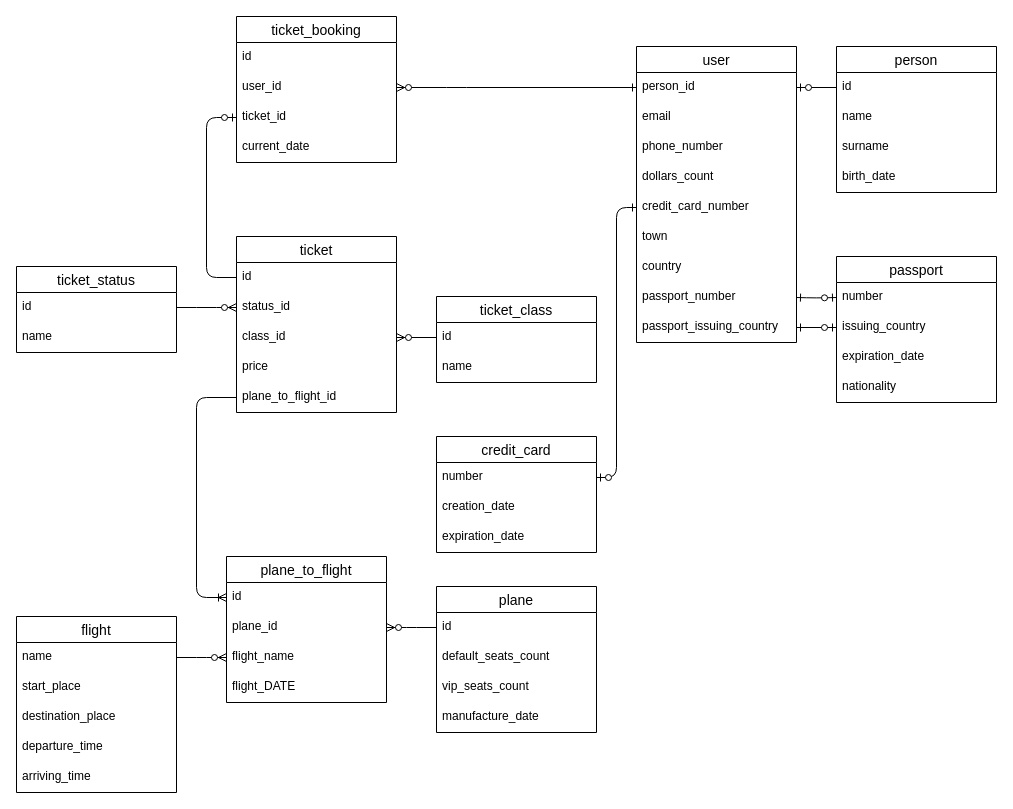
This is Pictures/ER-diagram.drawio from I-delver-I/air-tickets-search-and-booking-DB, a draw.io file, before an edit. Source tidied: cells renumbered, new cells numbered last; positions are measured from the earlier drawing's top-left corner, leaving out a move shared by most shapes. Both pictures are drawn from the tidied source at 100%, with x=0, y=0 at pixel (16, 16).
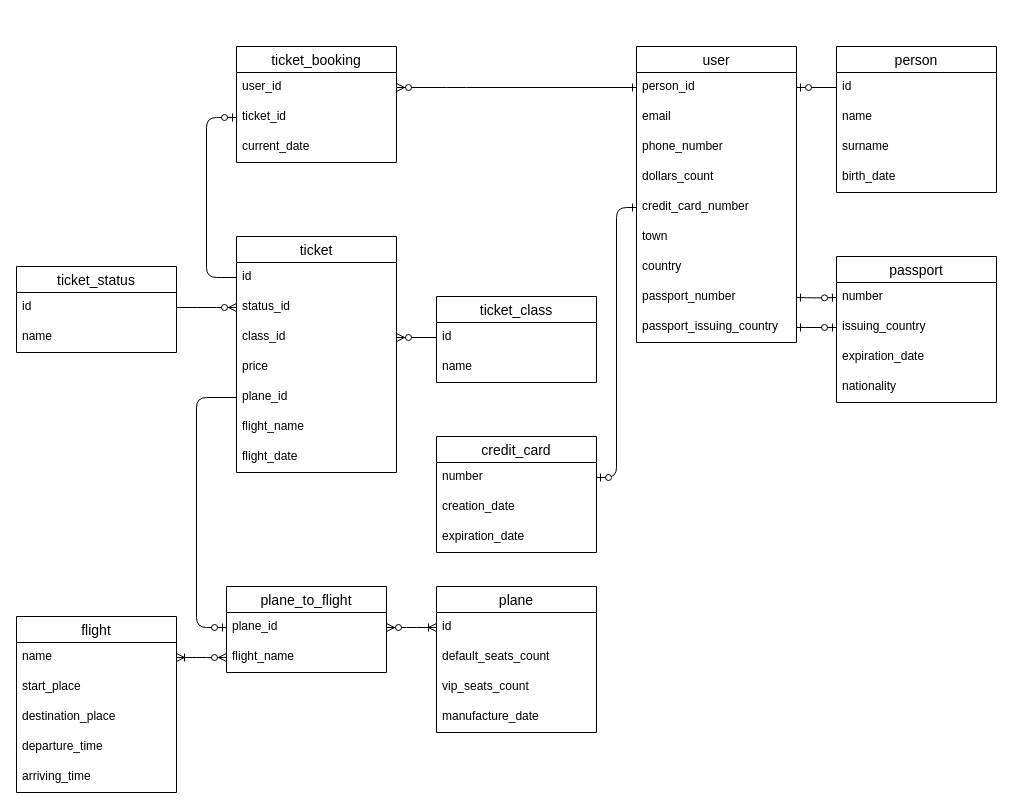
The same diagram, later.

The change refers to these unchanged cells:
```xml
<mxCell id="15" value="name" style="text;strokeColor=none;fillColor=none;spacingLeft=4;spacingRight=4;overflow=hidden;points=[[0,0.5],[1,0.5]];portConstraint=eastwest;fontSize=12;" parent="14" vertex="1">
  <mxGeometry y="26" width="160" height="30" as="geometry" />
</mxCell>
<mxCell id="21" value="id" style="text;strokeColor=none;fillColor=none;spacingLeft=4;spacingRight=4;overflow=hidden;points=[[0,0.5],[1,0.5]];portConstraint=eastwest;fontSize=12;" parent="20" vertex="1">
  <mxGeometry y="26" width="160" height="30" as="geometry" />
</mxCell>
```

The edit, as a diff of the source:
```diff
@@
     <mxCell id="2" value="ticket" style="swimlane;fontStyle=0;horizontal=1;startSize=26;align=center;fontSize=14;" parent="1" vertex="1">
-      <mxGeometry x="220" y="220" width="160" height="176" as="geometry" />
+      <mxGeometry x="220" y="220" width="160" height="236" as="geometry" />
     </mxCell>
@@
-    <mxCell id="7" value="plane_to_flight_id" style="text;strokeColor=none;fillColor=none;spacingLeft=4;spacingRight=4;overflow=hidden;points=[[0,0.5],[1,0.5]];portConstraint=eastwest;fontSize=12;" parent="2" vertex="1">
+    <mxCell id="7" value="plane_id" style="text;strokeColor=none;fillColor=none;spacingLeft=4;spacingRight=4;overflow=hidden;points=[[0,0.5],[1,0.5]];portConstraint=eastwest;fontSize=12;" parent="2" vertex="1">
       <mxGeometry y="146" width="160" height="30" as="geometry" />
     </mxCell>
+    <mxCell id="70" value="flight_name" style="text;strokeColor=none;fillColor=none;spacingLeft=4;spacingRight=4;overflow=hidden;fontSize=12;" parent="2" vertex="1">
+      <mxGeometry y="176" width="160" height="30" as="geometry" />
+    </mxCell>
+    <mxCell id="71" value="flight_date" style="text;strokeColor=none;fillColor=none;spacingLeft=4;spacingRight=4;overflow=hidden;fontSize=12;" parent="2" vertex="1">
+      <mxGeometry y="206" width="160" height="30" as="geometry" />
+    </mxCell>
@@
     <mxCell id="25" value="plane_to_flight" style="swimlane;fontStyle=0;horizontal=1;startSize=26;align=center;fontSize=14;" parent="1" vertex="1">
-      <mxGeometry x="210" y="540" width="160" height="146" as="geometry" />
+      <mxGeometry x="210" y="570" width="160" height="86" as="geometry" />
     </mxCell>
-    <mxCell id="26" value="id" style="text;strokeColor=none;fillColor=none;spacingLeft=4;spacingRight=4;overflow=hidden;points=[[0,0.5],[1,0.5]];portConstraint=eastwest;fontSize=12;" parent="25" vertex="1">
-      <mxGeometry y="26" width="160" height="30" as="geometry" />
-    </mxCell>
     <mxCell id="27" value="plane_id" style="text;strokeColor=none;fillColor=none;spacingLeft=4;spacingRight=4;overflow=hidden;points=[[0,0.5],[1,0.5]];portConstraint=eastwest;fontSize=12;" parent="25" vertex="1">
-      <mxGeometry y="56" width="160" height="30" as="geometry" />
+      <mxGeometry y="26" width="160" height="30" as="geometry" />
     </mxCell>
     <mxCell id="28" value="flight_name" style="text;strokeColor=none;fillColor=none;spacingLeft=4;spacingRight=4;overflow=hidden;points=[[0,0.5],[1,0.5]];portConstraint=eastwest;fontSize=12;" parent="25" vertex="1">
-      <mxGeometry y="86" width="160" height="30" as="geometry" />
+      <mxGeometry y="56" width="160" height="30" as="geometry" />
     </mxCell>
-    <mxCell id="29" value="flight_DATE" style="text;strokeColor=none;fillColor=none;spacingLeft=4;spacingRight=4;overflow=hidden;fontSize=12;" parent="25" vertex="1">
-      <mxGeometry y="116" width="160" height="30" as="geometry" />
-    </mxCell>
@@
     <mxCell id="54" value="ticket_booking" style="swimlane;fontStyle=0;horizontal=1;startSize=26;align=center;fontSize=14;" parent="1" vertex="1">
-      <mxGeometry x="220" width="160" height="146" as="geometry" />
+      <mxGeometry x="220" y="30" width="160" height="116" as="geometry" />
     </mxCell>
-    <mxCell id="55" value="id" style="text;strokeColor=none;fillColor=none;spacingLeft=4;spacingRight=4;overflow=hidden;fontSize=12;" parent="54" vertex="1">
-      <mxGeometry y="26" width="160" height="30" as="geometry" />
-    </mxCell>
     <mxCell id="56" value="user_id" style="text;strokeColor=none;fillColor=none;spacingLeft=4;spacingRight=4;overflow=hidden;points=[[0,0.5],[1,0.5]];portConstraint=eastwest;fontSize=12;" parent="54" vertex="1">
-      <mxGeometry y="56" width="160" height="30" as="geometry" />
+      <mxGeometry y="26" width="160" height="30" as="geometry" />
     </mxCell>
     <mxCell id="57" value="ticket_id" style="text;strokeColor=none;fillColor=none;spacingLeft=4;spacingRight=4;overflow=hidden;points=[[0,0.5],[1,0.5]];portConstraint=eastwest;fontSize=12;" parent="54" vertex="1">
-      <mxGeometry y="86" width="160" height="30" as="geometry" />
+      <mxGeometry y="56" width="160" height="30" as="geometry" />
     </mxCell>
     <mxCell id="58" value="current_date" style="text;strokeColor=none;fillColor=none;spacingLeft=4;spacingRight=4;overflow=hidden;fontSize=12;" parent="54" vertex="1">
-      <mxGeometry y="116" width="160" height="30" as="geometry" />
+      <mxGeometry y="86" width="160" height="30" as="geometry" />
     </mxCell>
@@
-    <mxCell id="66" style="edgeStyle=entityRelationEdgeStyle;fontSize=12;html=1;endArrow=ERzeroToMany;endFill=1;exitX=0;exitY=0.5;exitDx=0;exitDy=0;entryX=1;entryY=0.5;entryDx=0;entryDy=0;" parent="1" edge="1" source="21" target="27">
-      <mxGeometry relative="1" as="geometry" />
-    </mxCell>
-    <mxCell id="67" style="edgeStyle=entityRelationEdgeStyle;fontSize=12;html=1;endArrow=ERzeroToMany;endFill=1;exitX=1;exitY=0.5;exitDx=0;exitDy=0;entryX=0;entryY=0.5;entryDx=0;entryDy=0;" parent="1" edge="1" source="15" target="28">
+    <mxCell id="67" style="edgeStyle=entityRelationEdgeStyle;fontSize=12;html=1;endArrow=ERzeroToMany;endFill=1;exitX=1;exitY=0.5;exitDx=0;exitDy=0;entryX=0;entryY=0.5;entryDx=0;entryDy=0;startArrow=ERoneToMany;startFill=0;" parent="1" edge="1" source="15" target="28">
       <mxGeometry relative="1" as="geometry" />
     </mxCell>
-    <mxCell id="68" style="edgeStyle=orthogonalEdgeStyle;fontSize=12;html=1;endArrow=ERoneToMany;endFill=0;exitX=0;exitY=0.5;exitDx=0;exitDy=0;entryX=0;entryY=0.5;entryDx=0;entryDy=0;" parent="1" edge="1" source="7" target="26">
+    <mxCell id="68" style="edgeStyle=orthogonalEdgeStyle;fontSize=12;html=1;endArrow=ERzeroToOne;endFill=1;entryX=0;entryY=0.5;entryDx=0;entryDy=0;exitX=0;exitY=0.5;exitDx=0;exitDy=0;" parent="1" edge="1" source="7" target="27">
       <mxGeometry relative="1" as="geometry">
         <Array as="points">
           <mxPoint x="180" y="381" />
-          <mxPoint x="180" y="581" />
+          <mxPoint x="180" y="611" />
         </Array>
       </mxGeometry>
     </mxCell>
@@
+    <mxCell id="66" style="edgeStyle=entityRelationEdgeStyle;fontSize=12;html=1;endArrow=ERzeroToMany;endFill=1;exitX=0;exitY=0.5;exitDx=0;exitDy=0;entryX=1;entryY=0.5;entryDx=0;entryDy=0;startArrow=ERoneToMany;startFill=0;" parent="1" edge="1" source="21" target="27">
+      <mxGeometry relative="1" as="geometry" />
+    </mxCell>
```
